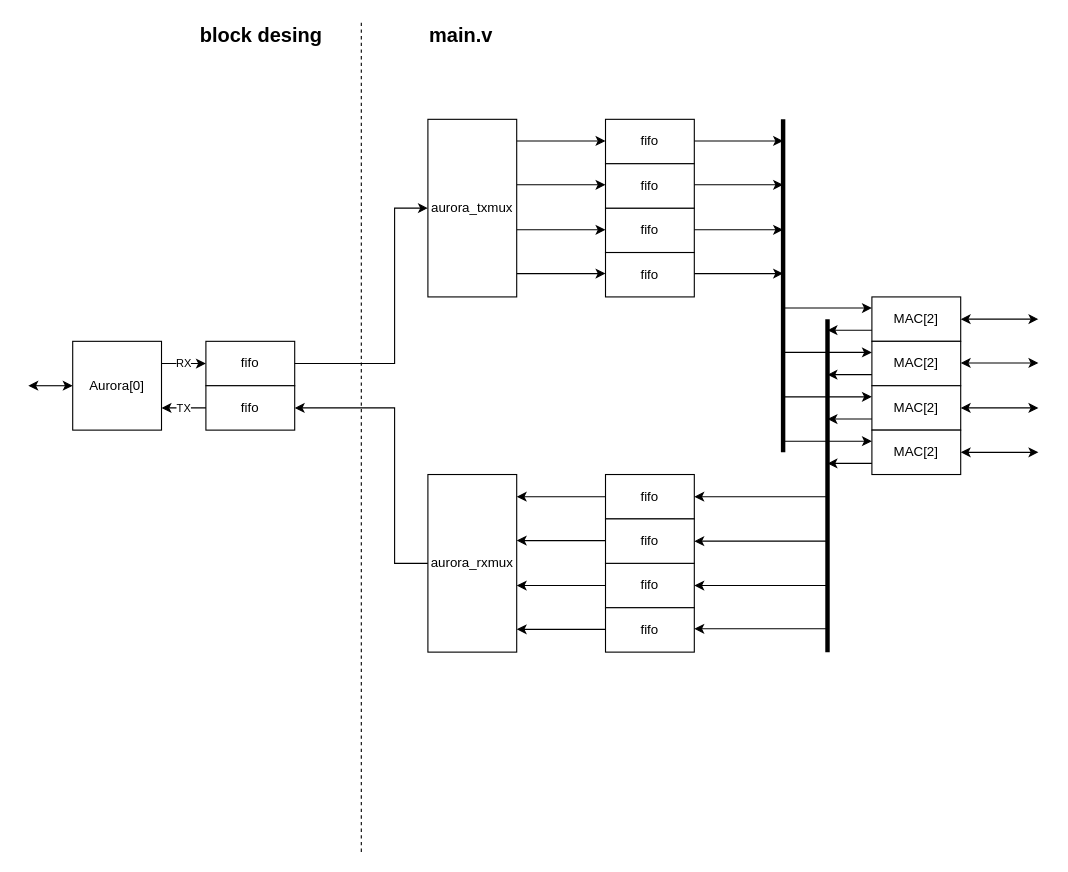
Earlier version of the draw.io diagram doc/System_Diagram.drawio (hushunkui/bfd_artix). Source tidied: cells renumbered, new cells numbered last; positions are measured from the earlier drawing's top-left corner, leaving out a move shared by most shapes. Both pictures are drawn from the tidied source at 111%, with x=0, y=0 at pixel (28, 19).
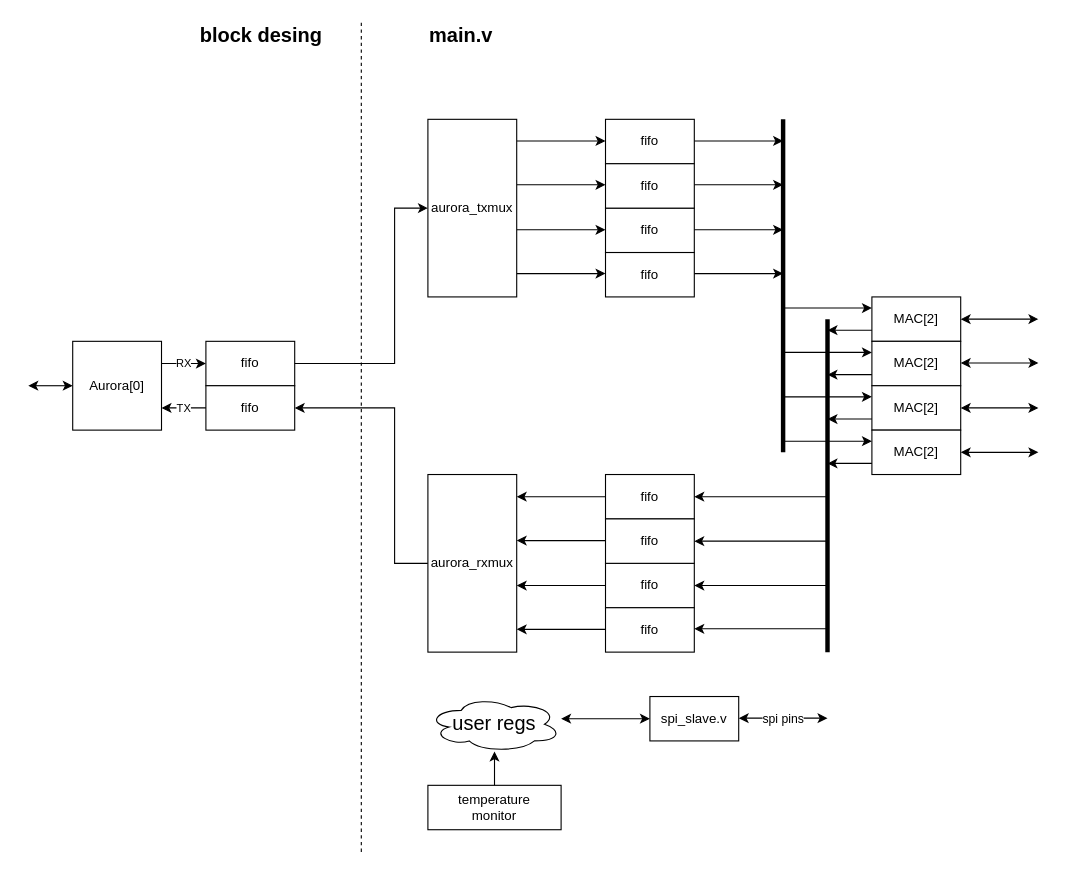
After the change.

Change to the diagram source:
```diff
@@
+    <mxCell id="57" value="user regs" style="ellipse;shape=cloud;whiteSpace=wrap;html=1;fontSize=18;" parent="1" vertex="1">
+      <mxGeometry x="360" y="610" width="120" height="50" as="geometry" />
+    </mxCell>
+    <mxCell id="58" value="spi_slave.v" style="rounded=0;whiteSpace=wrap;html=1;" parent="1" vertex="1">
+      <mxGeometry x="560" y="610" width="80" height="40" as="geometry" />
+    </mxCell>
+    <mxCell id="59" style="endArrow=classic;startArrow=classic;html=1;entryX=0;entryY=0.5;entryDx=0;entryDy=0;" parent="1" edge="1" target="58">
+      <mxGeometry relative="1" as="geometry">
+        <mxPoint x="480" y="630" as="sourcePoint" />
+      </mxGeometry>
+    </mxCell>
+    <mxCell id="60" value="spi pins" style="endArrow=classic;startArrow=classic;html=1;entryX=0;entryY=0.5;entryDx=0;entryDy=0;" parent="1" edge="1">
+      <mxGeometry relative="1" as="geometry">
+        <mxPoint x="640" y="629.5" as="sourcePoint" />
+        <mxPoint x="720" y="629.5" as="targetPoint" />
+      </mxGeometry>
+    </mxCell>
+    <mxCell id="61" value="temperature&lt;br&gt;monitor" style="rounded=0;whiteSpace=wrap;html=1;" parent="1" vertex="1">
+      <mxGeometry x="360" y="690" width="120" height="40" as="geometry" />
+    </mxCell>
+    <mxCell id="62" style="edgeStyle=elbowEdgeStyle;elbow=horizontal;endArrow=classic;html=1;jumpSize=10;exitX=0.5;exitY=0;exitDx=0;exitDy=0;" parent="1" edge="1" source="61">
+      <mxGeometry relative="1" as="geometry">
+        <mxPoint x="420" y="659.5" as="targetPoint" />
+      </mxGeometry>
+    </mxCell>
```
